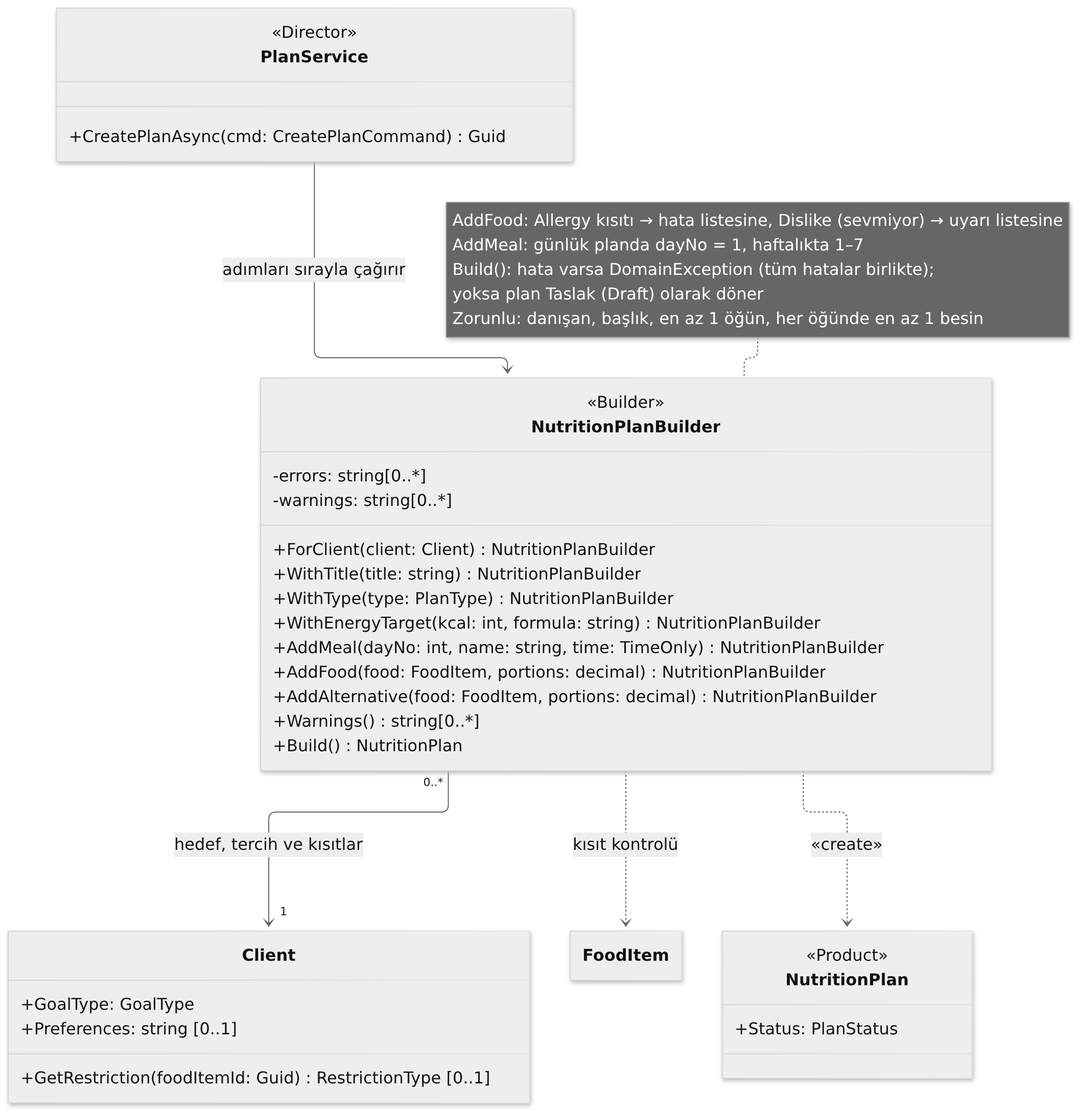
The Mermaid diagram docs/uml/png/p-2-builder.png in Emmet47/diyetisyen-danisan-takip-sistemi, before a commit. Its source is kept beside it as docs/uml/p-2-builder.mmd.
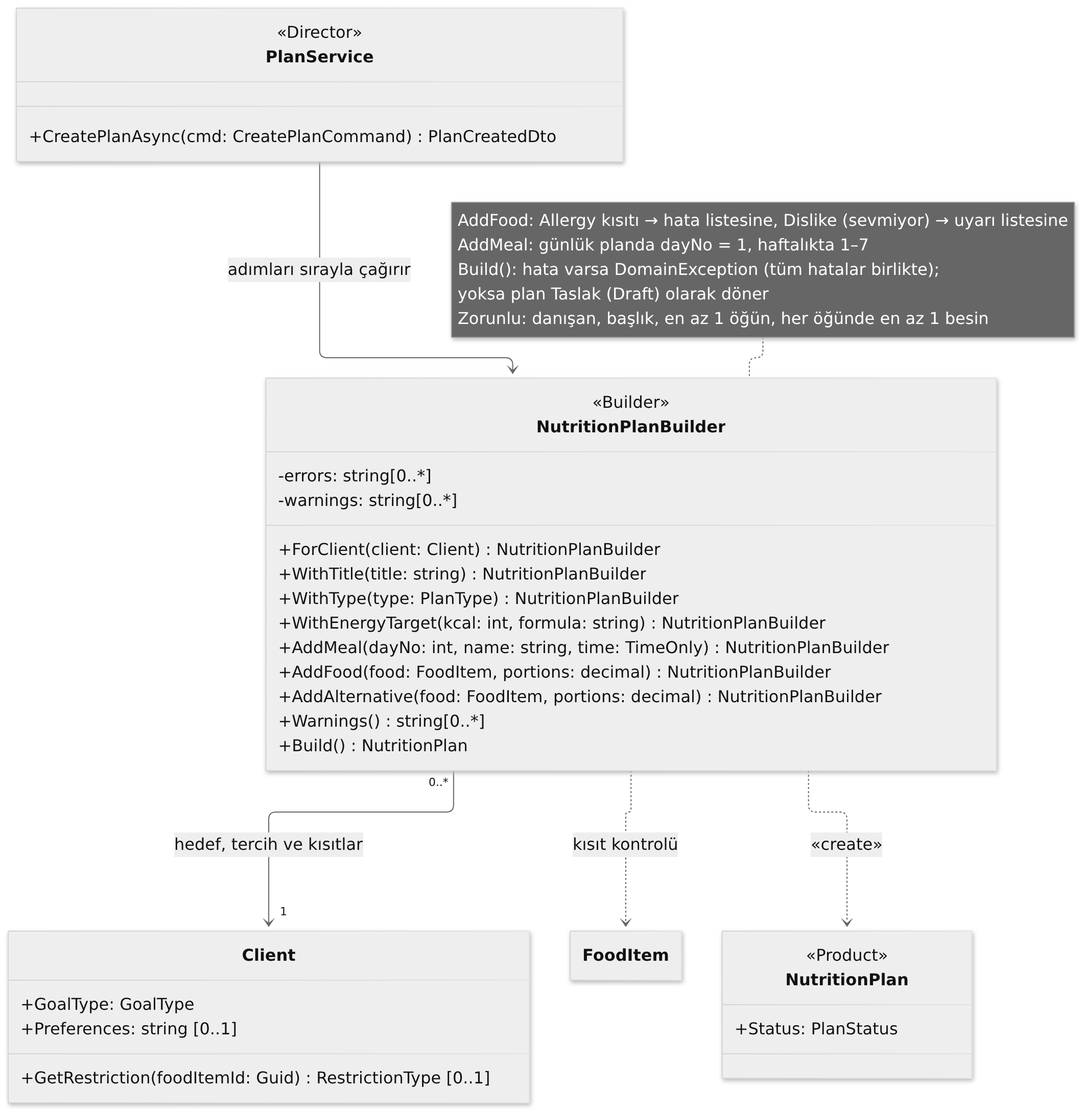
The same file after the commit.

What changed in the source:
```diff
@@ -2,7 +2,7 @@
 direction TB
 class PlanService {
   <<Director>>
-  +CreatePlanAsync(cmd: CreatePlanCommand) Guid
+  +CreatePlanAsync(cmd: CreatePlanCommand) PlanCreatedDto
 }
 class NutritionPlanBuilder {
   <<Builder>>
```
